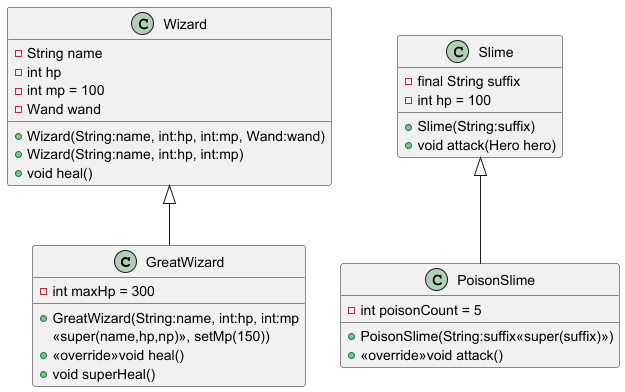
Earlier version of the PlantUML export game/game.png (SurvivalCodingCampus/polytech_java2). Its diagram source:
```plantuml
@startuml
scale 1

class GreatWizard extends Wizard {
    -int maxHp = 300
    +GreatWizard(String:name, int:hp, int:mp
    <<super(name,hp,np)>>, setMp(150))
    +<<override>>void heal()
    +void superHeal()
}

class Wizard {
    -String name
    -int hp
    -int mp = 100
    -Wand wand

    +Wizard(String:name, int:hp, int:mp, Wand:wand)
    +Wizard(String:name, int:hp, int:mp)
    +void heal()
}


class PoisonSlime extends Slime {
    -int poisonCount = 5

    +PoisonSlime(String:suffix<<super(suffix)>>)
    +<<override>>void attack()
}

class Slime {
    -final String suffix
    -int hp = 100

    +Slime(String:suffix)
    +void attack(Hero hero)
}

@enduml
```
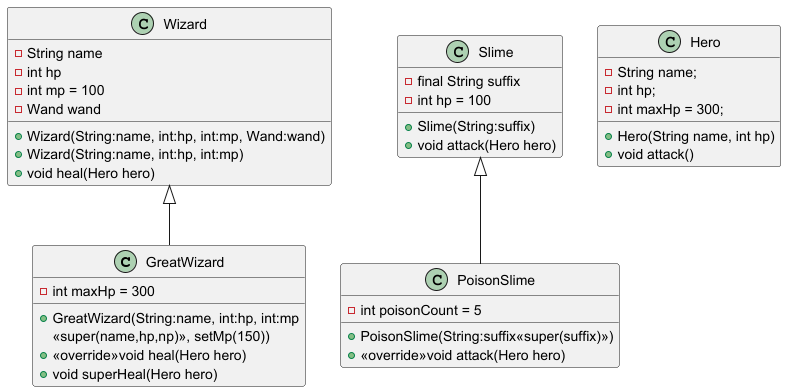
Later version of the same file.

Commit message:
FIX 2026-06-16_상속_클래스 다이어그램 사진 변경

What changed in the source:
```diff
@@ -5,8 +5,8 @@
     -int maxHp = 300
     +GreatWizard(String:name, int:hp, int:mp
     <<super(name,hp,np)>>, setMp(150))
-    +<<override>>void heal()
-    +void superHeal()
+    +<<override>>void heal(Hero hero)
+    +void superHeal(Hero hero)
 }
 
 class Wizard {
@@ -17,7 +17,7 @@
 
     +Wizard(String:name, int:hp, int:mp, Wand:wand)
     +Wizard(String:name, int:hp, int:mp)
-    +void heal()
+    +void heal(Hero hero)
 }
 
 
@@ -25,7 +25,7 @@
     -int poisonCount = 5
 
     +PoisonSlime(String:suffix<<super(suffix)>>)
-    +<<override>>void attack()
+    +<<override>>void attack(Hero hero)
 }
 
 class Slime {
@@ -36,4 +36,14 @@
     +void attack(Hero hero)
 }
 
+class Hero {
+    -String name;
+    -int hp;
+    -int maxHp = 300;
+
+    +Hero(String name, int hp)
+    +void attack()
+}
+
+
 @enduml
```
